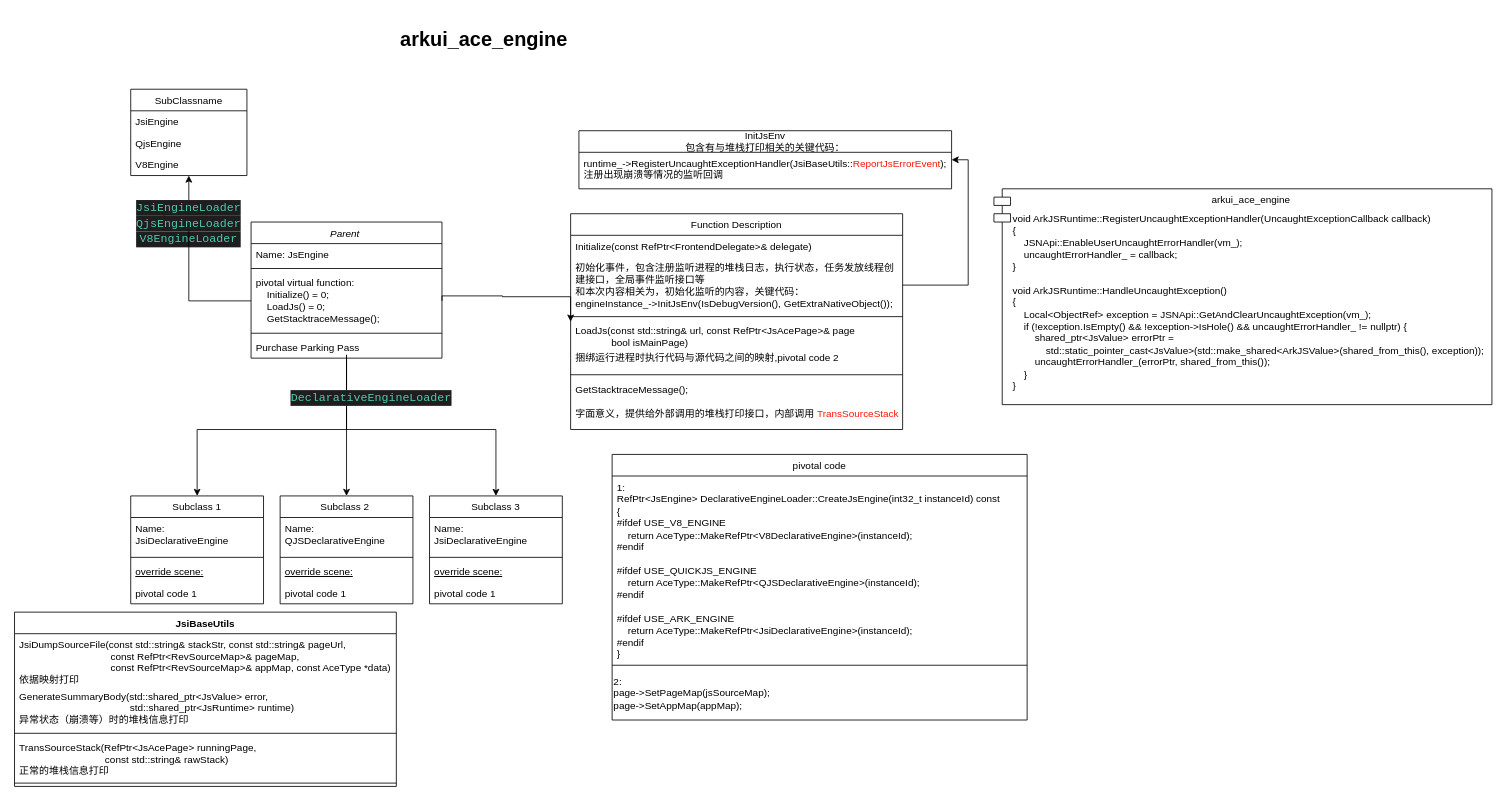
Earlier version of the draw.io diagram page "Page-1" (1 of 2) of js_ui_stackPrint.drawio (3shisan3/OpenHarmony). Source tidied: cells renumbered, new cells numbered last; positions are measured from the earlier drawing's top-left corner, leaving out a move shared by most shapes. Both pictures are drawn from the tidied source at 83%, with x=0, y=0 at pixel (14, 22).
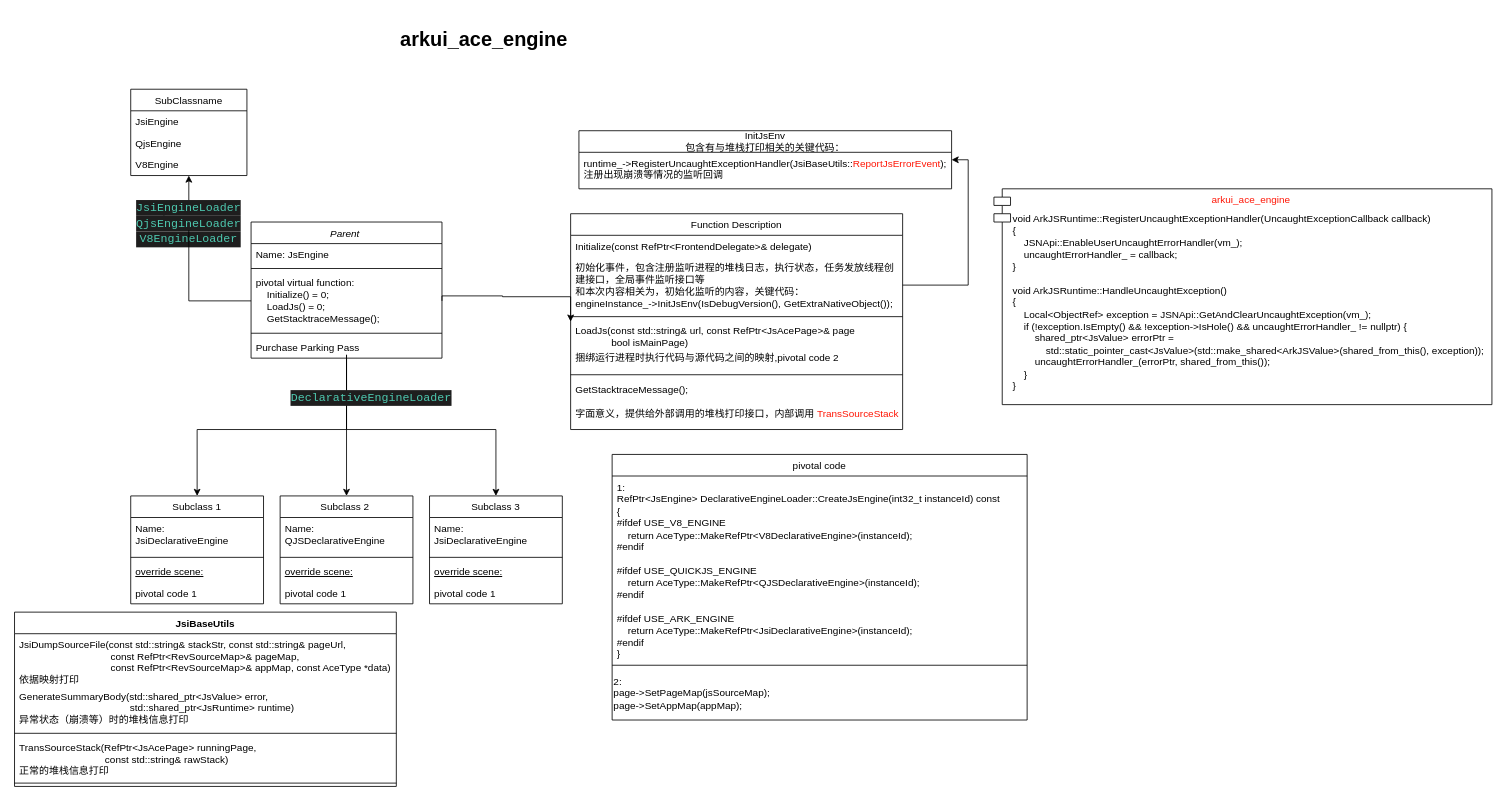
After the change.

What changed in the source:
```diff
@@
-    <mxCell id="58" value="arkui_ace_engine" style="shape=module;align=left;spacingLeft=20;align=center;verticalAlign=top;fillColor=none;" parent="1" vertex="1">
+    <mxCell id="58" value="arkui_ace_engine" style="shape=module;align=left;spacingLeft=20;align=center;verticalAlign=top;fillColor=none;fontColor=#FF1808;" parent="1" vertex="1">
       <mxGeometry x="1180" y="200" width="600" height="260" as="geometry" />
     </mxCell>
```
